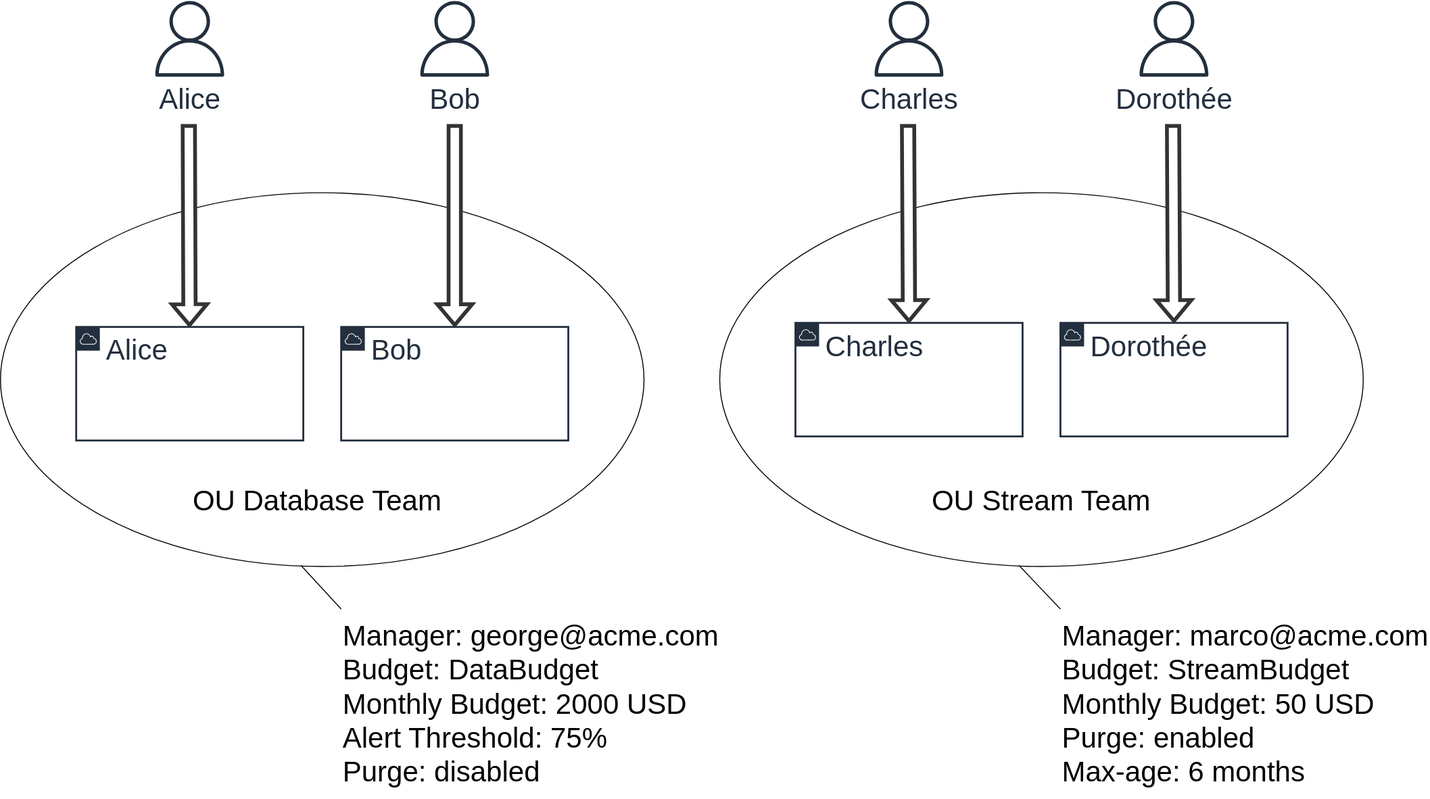
This is media/organizational-units.svg from reply-fr/sustainable-personal-accounts, a draw.io export, as it was before one commit. Source tidied: cells renumbered, new cells last; positions are measured from the earlier drawing's top-left corner, leaving out a move shared by most shapes.
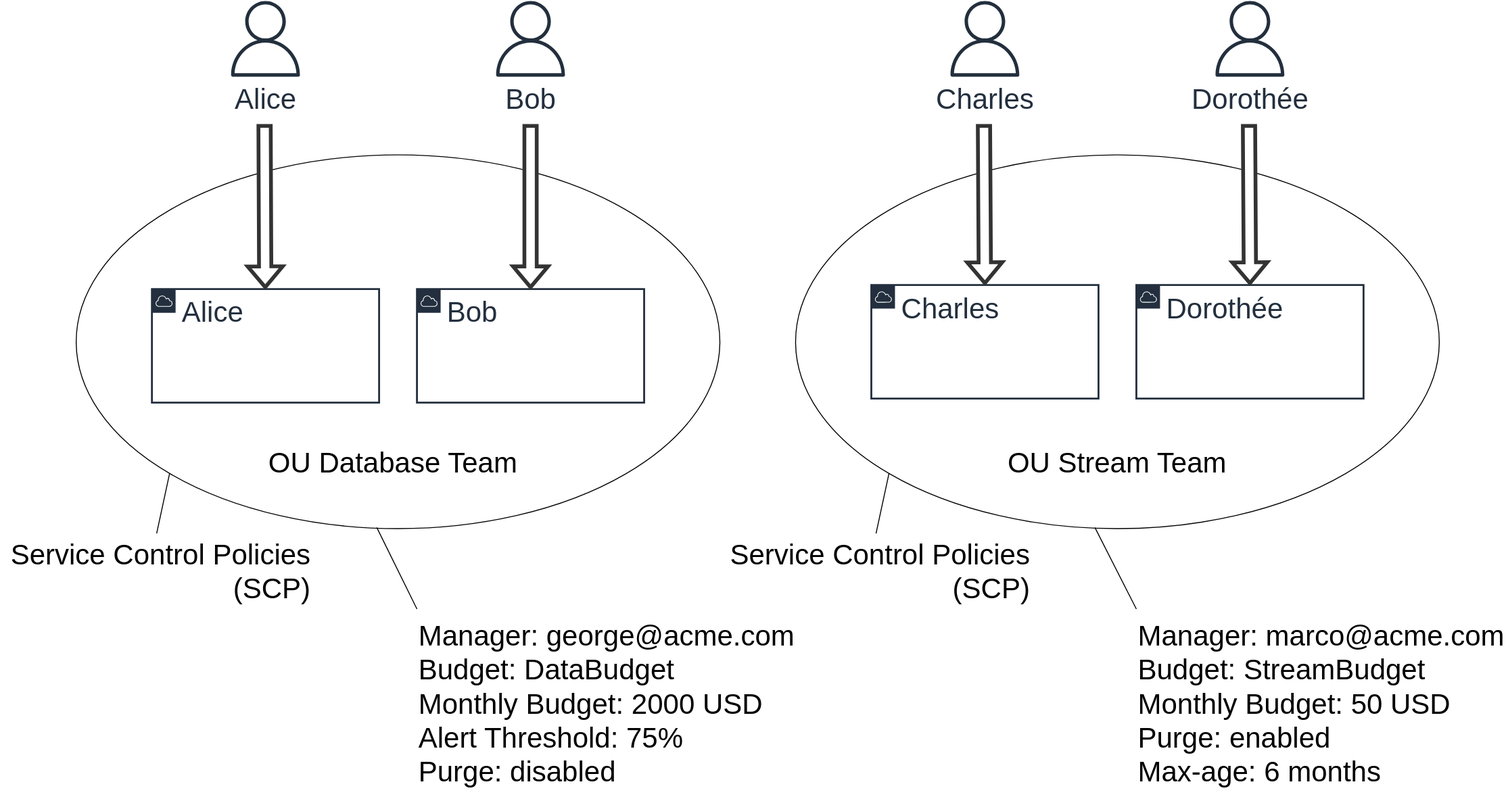
After the commit.

Commit message:
add scp to the diagram on organizational units

The edit, as a diff of the source:
```diff
@@ -12,17 +12,17 @@
       <mxGeometry x="80" y="344.8" width="240" height="120" as="geometry" />
     </mxCell>
     <mxCell id="5" value="Alice" style="sketch=0;fontColor=#232F3E;gradientColor=none;fillColor=#232F3D;strokeColor=none;dashed=0;verticalLabelPosition=bottom;verticalAlign=top;align=center;html=1;fontSize=30;fontStyle=0;shape=mxgraph.aws4.user;" parent="1" vertex="1">
-      <mxGeometry x="160" y="0.3" width="80" height="80" as="geometry" />
+      <mxGeometry x="160" y="40.3" width="80" height="80" as="geometry" />
     </mxCell>
     <mxCell id="6" value="Bob" style="sketch=0;fontColor=#232F3E;gradientColor=none;fillColor=#232F3D;strokeColor=none;dashed=0;verticalLabelPosition=bottom;verticalAlign=top;align=center;html=1;fontSize=30;fontStyle=0;shape=mxgraph.aws4.user;" parent="1" vertex="1">
-      <mxGeometry x="440" y="0.3" width="80" height="80" as="geometry" />
+      <mxGeometry x="440" y="40.3" width="80" height="80" as="geometry" />
     </mxCell>
     <mxCell id="7" value="Charles" style="sketch=0;fontColor=#232F3E;gradientColor=none;fillColor=#232F3D;strokeColor=none;dashed=0;verticalLabelPosition=bottom;verticalAlign=top;align=center;html=1;fontSize=30;fontStyle=0;shape=mxgraph.aws4.user;" parent="1" vertex="1">
-      <mxGeometry x="920" y="0.3" width="80" height="80" as="geometry" />
+      <mxGeometry x="920" y="40.3" width="80" height="80" as="geometry" />
     </mxCell>
     <mxCell id="8" style="shape=flexArrow;endArrow=classic;html=1;rounded=0;strokeColor=#333333;strokeWidth=4;fillColor=default;" parent="1" edge="1" target="4">
       <mxGeometry relative="1" as="geometry">
-        <mxPoint x="199" y="130.3" as="sourcePoint" />
+        <mxPoint x="199" y="170.3" as="sourcePoint" />
       </mxGeometry>
     </mxCell>
     <mxCell id="9" value="&lt;font style=&quot;font-size: 30px&quot;&gt;Bob&lt;/font&gt;" style="points=[[0,0],[0.25,0],[0.5,0],[0.75,0],[1,0],[1,0.25],[1,0.5],[1,0.75],[1,1],[0.75,1],[0.5,1],[0.25,1],[0,1],[0,0.75],[0,0.5],[0,0.25]];outlineConnect=0;gradientColor=none;html=1;whiteSpace=wrap;fontSize=30;fontStyle=0;shape=mxgraph.aws4.group;grIcon=mxgraph.aws4.group_aws_cloud;strokeColor=#232F3E;fillColor=none;verticalAlign=top;align=left;spacingLeft=30;fontColor=#232F3E;dashed=0;strokeWidth=2;" parent="1" vertex="1">
@@ -33,12 +33,12 @@
     </mxCell>
     <mxCell id="11" style="shape=flexArrow;endArrow=classic;html=1;rounded=0;strokeColor=#333333;strokeWidth=4;fillColor=default;" parent="1" edge="1" target="9">
       <mxGeometry relative="1" as="geometry">
-        <mxPoint x="480" y="130.3" as="sourcePoint" />
+        <mxPoint x="480" y="170.3" as="sourcePoint" />
       </mxGeometry>
     </mxCell>
     <mxCell id="12" style="shape=flexArrow;endArrow=classic;html=1;rounded=0;strokeColor=#333333;strokeWidth=4;entryX=0.5;entryY=0;entryDx=0;entryDy=0;fillColor=default;" parent="1" edge="1" target="10">
       <mxGeometry relative="1" as="geometry">
-        <mxPoint x="959" y="130.3" as="sourcePoint" />
+        <mxPoint x="959" y="170.3" as="sourcePoint" />
       </mxGeometry>
     </mxCell>
     <mxCell id="13" style="edgeStyle=orthogonalEdgeStyle;rounded=0;orthogonalLoop=1;jettySize=auto;html=1;exitX=0.5;exitY=1;exitDx=0;exitDy=0;" parent="1" edge="1" source="4" target="4">
@@ -48,14 +48,14 @@
       <mxGeometry relative="1" as="geometry" />
     </mxCell>
     <mxCell id="15" value="Dorothée" style="sketch=0;fontColor=#232F3E;gradientColor=none;fillColor=#232F3D;strokeColor=none;dashed=0;verticalLabelPosition=bottom;verticalAlign=top;align=center;html=1;fontSize=30;fontStyle=0;shape=mxgraph.aws4.user;" parent="1" vertex="1">
-      <mxGeometry x="1200" y="0.3" width="80" height="80" as="geometry" />
+      <mxGeometry x="1200" y="40.3" width="80" height="80" as="geometry" />
     </mxCell>
     <mxCell id="16" value="&lt;font style=&quot;font-size: 30px&quot;&gt;Dorothée&lt;/font&gt;" style="points=[[0,0],[0.25,0],[0.5,0],[0.75,0],[1,0],[1,0.25],[1,0.5],[1,0.75],[1,1],[0.75,1],[0.5,1],[0.25,1],[0,1],[0,0.75],[0,0.5],[0,0.25]];outlineConnect=0;gradientColor=none;html=1;whiteSpace=wrap;fontSize=30;fontStyle=0;shape=mxgraph.aws4.group;grIcon=mxgraph.aws4.group_aws_cloud;strokeColor=#232F3E;fillColor=none;verticalAlign=top;align=left;spacingLeft=30;fontColor=#232F3E;dashed=0;strokeWidth=2;" parent="1" vertex="1">
       <mxGeometry x="1120" y="340.5" width="240" height="120" as="geometry" />
     </mxCell>
     <mxCell id="17" style="shape=flexArrow;endArrow=classic;html=1;rounded=0;strokeColor=#333333;strokeWidth=4;entryX=0.5;entryY=0;entryDx=0;entryDy=0;fillColor=default;" parent="1" edge="1" target="16">
       <mxGeometry relative="1" as="geometry">
-        <mxPoint x="1239" y="130.3" as="sourcePoint" />
+        <mxPoint x="1239" y="170.3" as="sourcePoint" />
       </mxGeometry>
     </mxCell>
     <mxCell id="18" style="endArrow=none;html=1;rounded=0;entryX=0.465;entryY=0.997;entryDx=0;entryDy=0;entryPerimeter=0;exitX=0;exitY=0;exitDx=0;exitDy=0;" parent="1" edge="1" source="22" target="2">
@@ -68,15 +68,27 @@
       <mxGeometry x="925" y="513" width="350" height="30" as="geometry" />
     </mxCell>
     <mxCell id="21" value="Manager: george@acme.com&lt;br&gt;Budget: DataBudget&lt;br&gt;Monthly Budget: 2000&amp;nbsp;USD&lt;br&gt;Alert Threshold: 75%&lt;br&gt;Purge: disabled" style="text;html=1;strokeColor=none;fillColor=none;align=left;verticalAlign=middle;whiteSpace=wrap;rounded=0;fontSize=30;" parent="1" vertex="1">
-      <mxGeometry x="360" y="643" width="520" height="200" as="geometry" />
+      <mxGeometry x="360" y="683" width="520" height="200" as="geometry" />
     </mxCell>
     <mxCell id="22" value="Manager: marco@acme.com&lt;br&gt;Budget: StreamBudget&lt;br&gt;Monthly Budget: 50 USD&lt;br&gt;Purge: enabled&lt;br&gt;Max-age: 6 months" style="text;html=1;strokeColor=none;fillColor=none;align=left;verticalAlign=middle;whiteSpace=wrap;rounded=0;fontSize=30;" parent="1" vertex="1">
-      <mxGeometry x="1120" y="643" width="390" height="200" as="geometry" />
+      <mxGeometry x="1120" y="683" width="390" height="200" as="geometry" />
     </mxCell>
     <mxCell id="23" style="endArrow=none;html=1;rounded=0;entryX=0.467;entryY=0.997;entryDx=0;entryDy=0;entryPerimeter=0;" parent="1" edge="1" target="3">
       <mxGeometry relative="1" as="geometry">
-        <mxPoint x="360" y="643" as="sourcePoint" />
+        <mxPoint x="360" y="683" as="sourcePoint" />
       </mxGeometry>
     </mxCell>
+    <mxCell id="24" value="Service Control Policies&lt;br&gt;(SCP)" style="text;html=1;strokeColor=none;fillColor=none;align=right;verticalAlign=middle;whiteSpace=wrap;rounded=0;fontSize=30;" parent="1" vertex="1">
+      <mxGeometry x="-80" y="603" width="330" height="80" as="geometry" />
+    </mxCell>
+    <mxCell id="25" style="endArrow=none;html=1;rounded=0;entryX=0;entryY=1;entryDx=0;entryDy=0;exitX=0.5;exitY=0;exitDx=0;exitDy=0;" parent="1" edge="1" source="24" target="3">
+      <mxGeometry relative="1" as="geometry" />
+    </mxCell>
+    <mxCell id="26" style="endArrow=none;html=1;rounded=0;entryX=0;entryY=1;entryDx=0;entryDy=0;exitX=0.5;exitY=0;exitDx=0;exitDy=0;" parent="1" edge="1" source="27" target="2">
+      <mxGeometry relative="1" as="geometry" />
+    </mxCell>
+    <mxCell id="27" value="Service Control Policies&lt;br&gt;(SCP)" style="text;html=1;strokeColor=none;fillColor=none;align=right;verticalAlign=middle;whiteSpace=wrap;rounded=0;fontSize=30;" parent="1" vertex="1">
+      <mxGeometry x="680" y="603" width="330" height="80" as="geometry" />
+    </mxCell>
   </root>
 </mxGraphModel>
```
